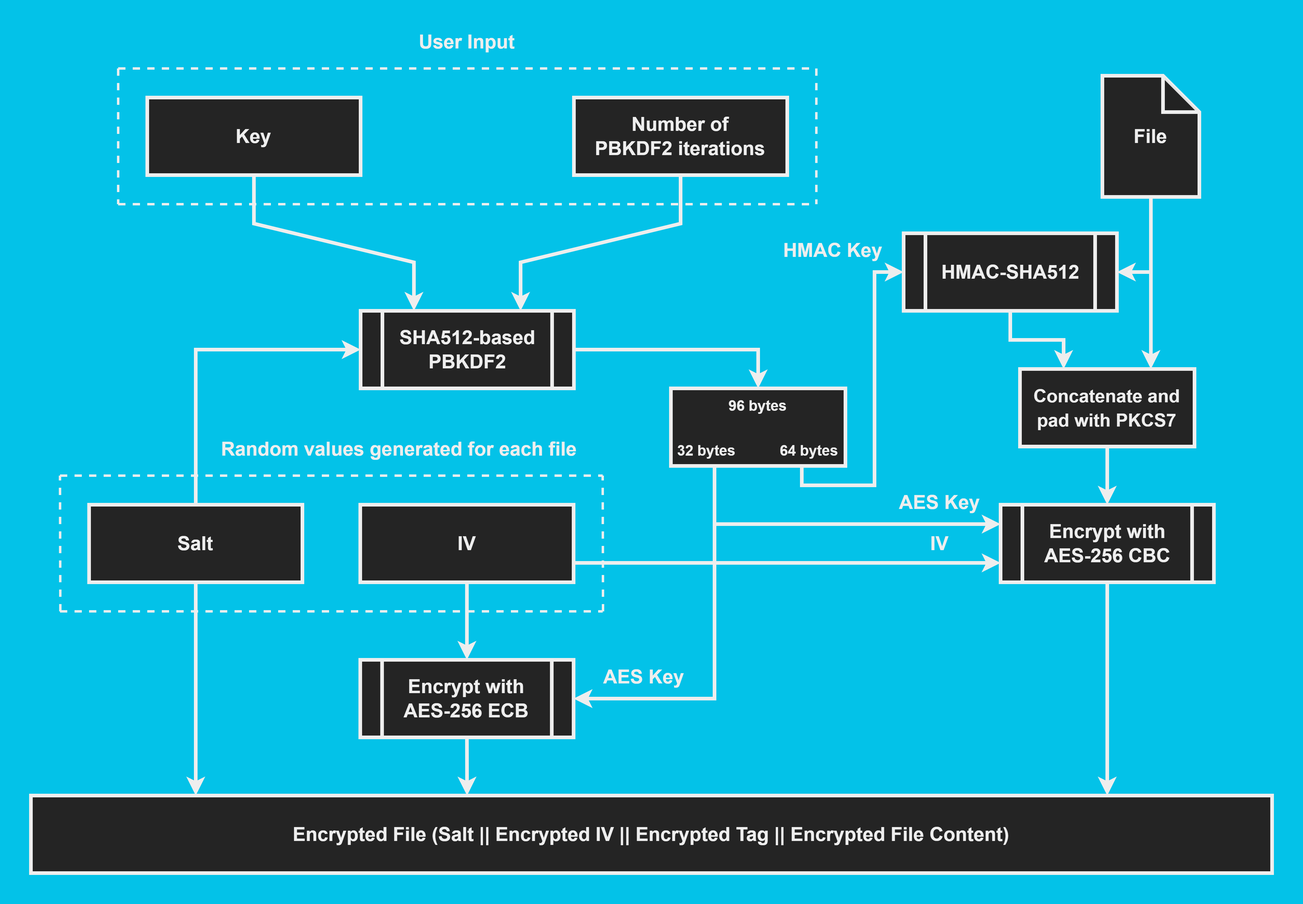
Earlier version of the draw.io export V1.0/Media/Encryption Diagram.drawio.png (Northstrix/In-Browser-File-Encrypter). Source tidied: cells renumbered, new cells last; positions are measured from the earlier drawing's top-left corner, leaving out a move shared by most shapes.
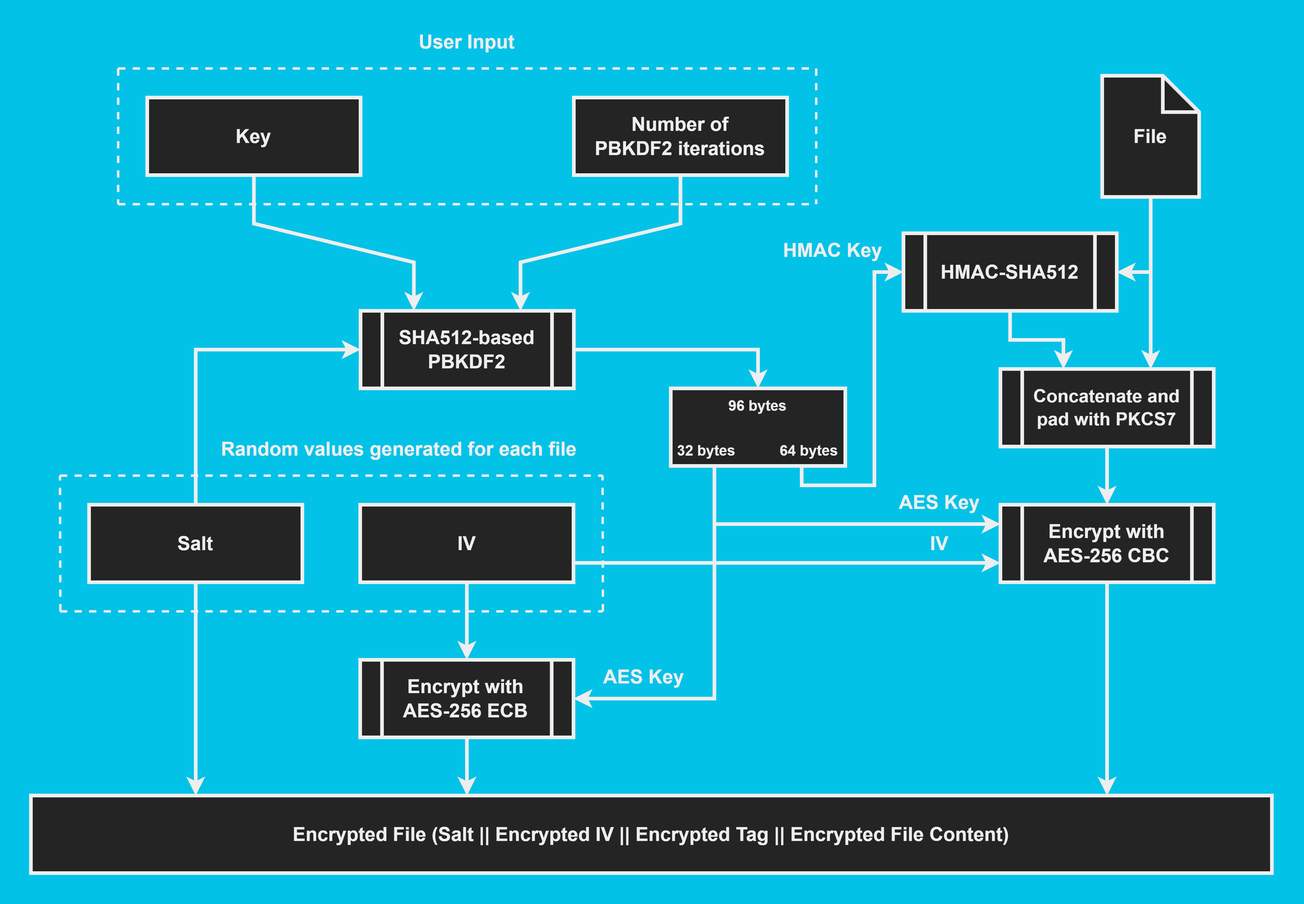
The same diagram one commit later.

What changed in the source:
```diff
@@ -205,5 +205,8 @@
     <mxCell id="44" value="&lt;font style=&quot;font-size: 16px;&quot; color=&quot;#eeeeee&quot;&gt;&lt;b&gt;HMAC-SHA512&lt;br&gt;&lt;/b&gt;&lt;/font&gt;" style="shape=process;whiteSpace=wrap;html=1;backgroundOutline=1;fillColor=#242424;strokeColor=#EEEEEE;strokeWidth=3;" parent="1" vertex="1">
       <mxGeometry x="720" y="168" width="176" height="64" as="geometry" />
     </mxCell>
+    <mxCell id="45" value="&lt;b style=&quot;border-color: var(--border-color); color: rgb(238, 238, 238); font-size: 15px;&quot;&gt;Concatenate and&lt;br style=&quot;border-color: var(--border-color);&quot;&gt;pad with PKCS7&lt;/b&gt;&lt;font style=&quot;font-size: 16px;&quot; color=&quot;#eeeeee&quot;&gt;&lt;b&gt;&lt;br&gt;&lt;/b&gt;&lt;/font&gt;" style="shape=process;whiteSpace=wrap;html=1;backgroundOutline=1;fillColor=#242424;strokeColor=#EEEEEE;strokeWidth=3;" parent="1" vertex="1">
+      <mxGeometry x="800" y="280" width="176" height="64" as="geometry" />
+    </mxCell>
   </root>
 </mxGraphModel>
```
